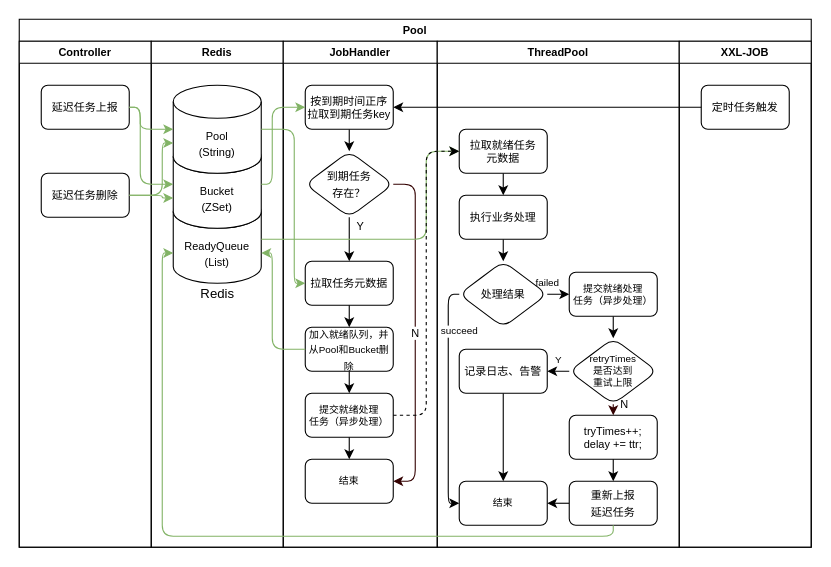
Above: graph/delay-queue-workflow.drawio in kwseeker/develop-kit (draw.io), before the change. Source tidied: cells renumbered, new cells numbered last; positions are measured from the earlier drawing's top-left corner, leaving out a move shared by most shapes. Both pictures are drawn from the tidied source at 110%, with x=0, y=0 at pixel (19, 19).
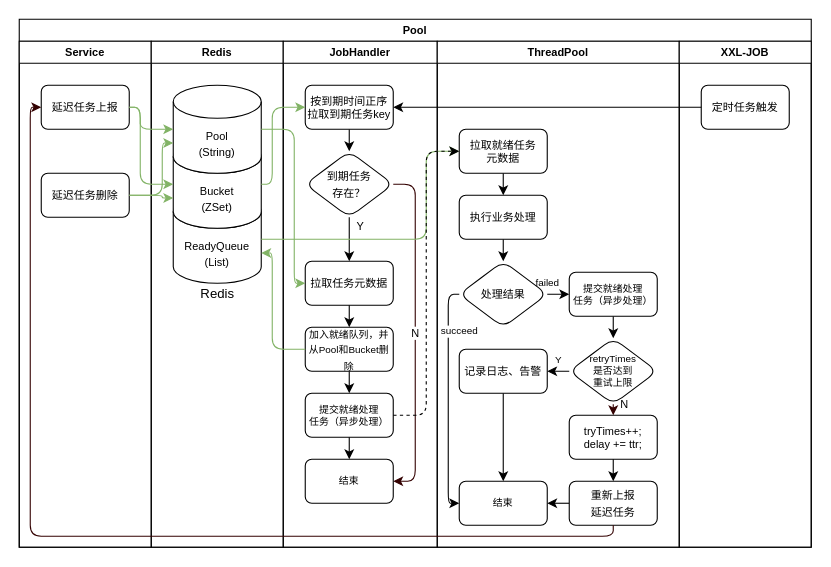
The same diagram, later.

Commit message (it also covers changes not shown here):
基于Redis(ZSet,List) & XXL-JOB 的延迟队列

The change refers to these unchanged cells:
```xml
<mxCell id="2" value="Pool" style="swimlane;startSize=20;fontSize=10;" parent="1" vertex="1">
  <mxGeometry width="720" height="480" as="geometry" />
</mxCell>
<mxCell id="4" value="&lt;font style=&quot;font-size: 10px&quot;&gt;延迟任务上报&lt;/font&gt;" style="rounded=1;whiteSpace=wrap;html=1;" parent="3" vertex="1">
  <mxGeometry x="20" y="40" width="80" height="40" as="geometry" />
</mxCell>
<mxCell id="7" value="&lt;font style=&quot;font-size: 10px&quot;&gt;ReadyQueue&lt;br&gt;(List)&lt;br&gt;&lt;/font&gt;" style="shape=cylinder3;whiteSpace=wrap;html=1;boundedLbl=1;backgroundOutline=1;size=15;" parent="6" vertex="1">
  <mxGeometry x="20" y="140" width="80" height="80" as="geometry" />
</mxCell>
<mxCell id="42" value="&lt;div&gt;&lt;span style=&quot;font-size: 10px&quot;&gt;重新上报&lt;br&gt;延迟任务&lt;/span&gt;&lt;br&gt;&lt;/div&gt;" style="rounded=1;whiteSpace=wrap;html=1;" parent="24" vertex="1">
  <mxGeometry x="120" y="400" width="80" height="40" as="geometry" />
</mxCell>
```

The edit, as a diff of the source:
```diff
@@
-    <mxCell id="3" value="Controller" style="swimlane;startSize=20;fontSize=10;" parent="2" vertex="1">
+    <mxCell id="3" value="Service" style="swimlane;startSize=20;fontSize=10;" parent="2" vertex="1">
       <mxGeometry y="20" width="120" height="460" as="geometry" />
     </mxCell>
@@
-    <mxCell id="56" style="edgeStyle=orthogonalEdgeStyle;rounded=1;jettySize=auto;html=1;exitX=0.5;exitY=1;exitDx=0;exitDy=0;entryX=0;entryY=0;entryDx=0;entryDy=52.5;entryPerimeter=0;fontSize=10;strokeWidth=1;fillColor=#d5e8d4;strokeColor=#82b366;" parent="2" edge="1" source="42" target="7">
+    <mxCell id="56" style="edgeStyle=orthogonalEdgeStyle;rounded=1;jettySize=auto;html=1;exitX=0.5;exitY=1;exitDx=0;exitDy=0;entryX=0;entryY=0.5;entryDx=0;entryDy=0;fontSize=10;strokeWidth=1;fillColor=#d5e8d4;strokeColor=#330000;" parent="2" edge="1" source="42" target="4">
       <mxGeometry relative="1" as="geometry">
         <Array as="points">
           <mxPoint x="540" y="470" />
-          <mxPoint x="130" y="470" />
-          <mxPoint x="130" y="213" />
+          <mxPoint x="10" y="470" />
+          <mxPoint x="10" y="80" />
         </Array>
       </mxGeometry>
     </mxCell>
```
